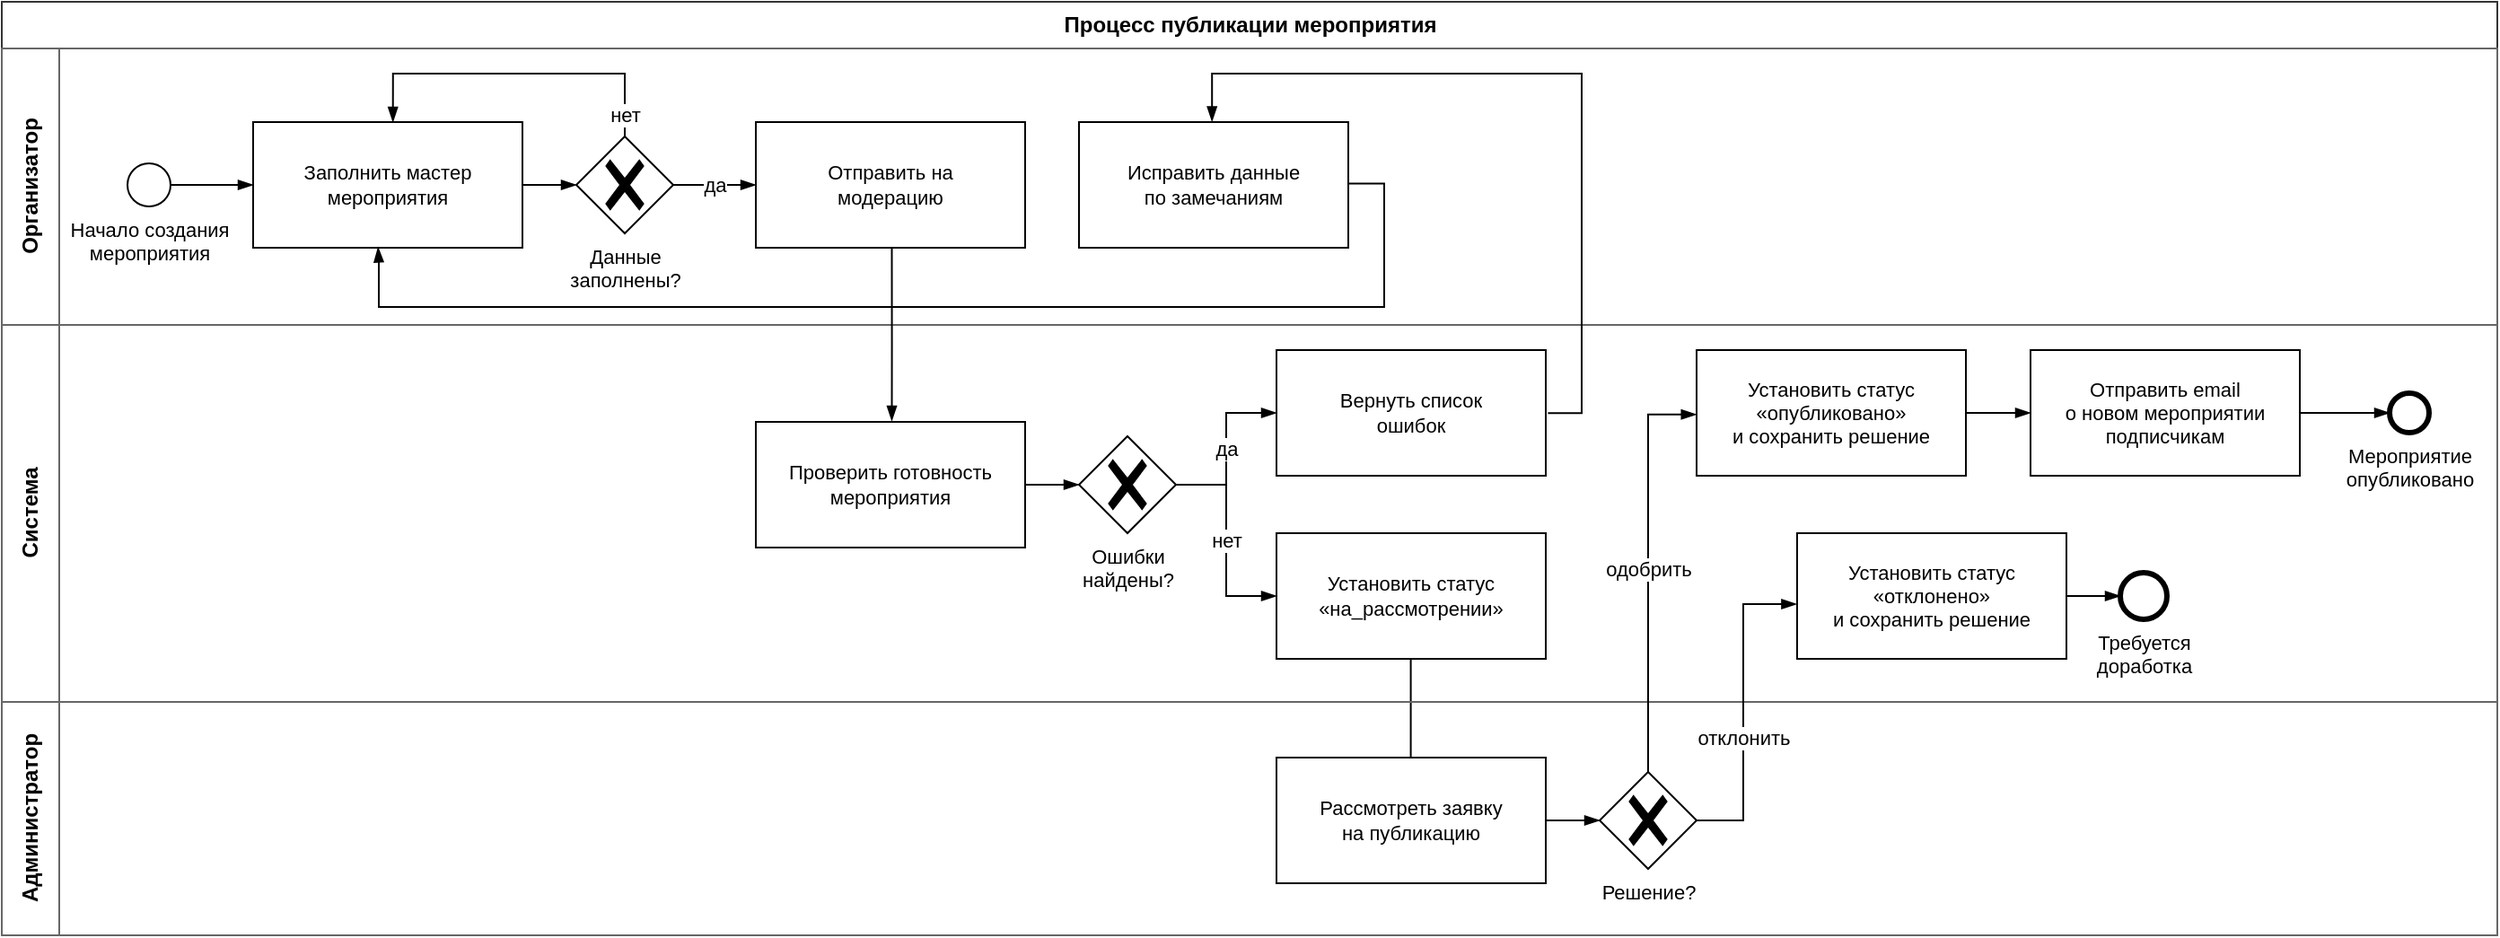
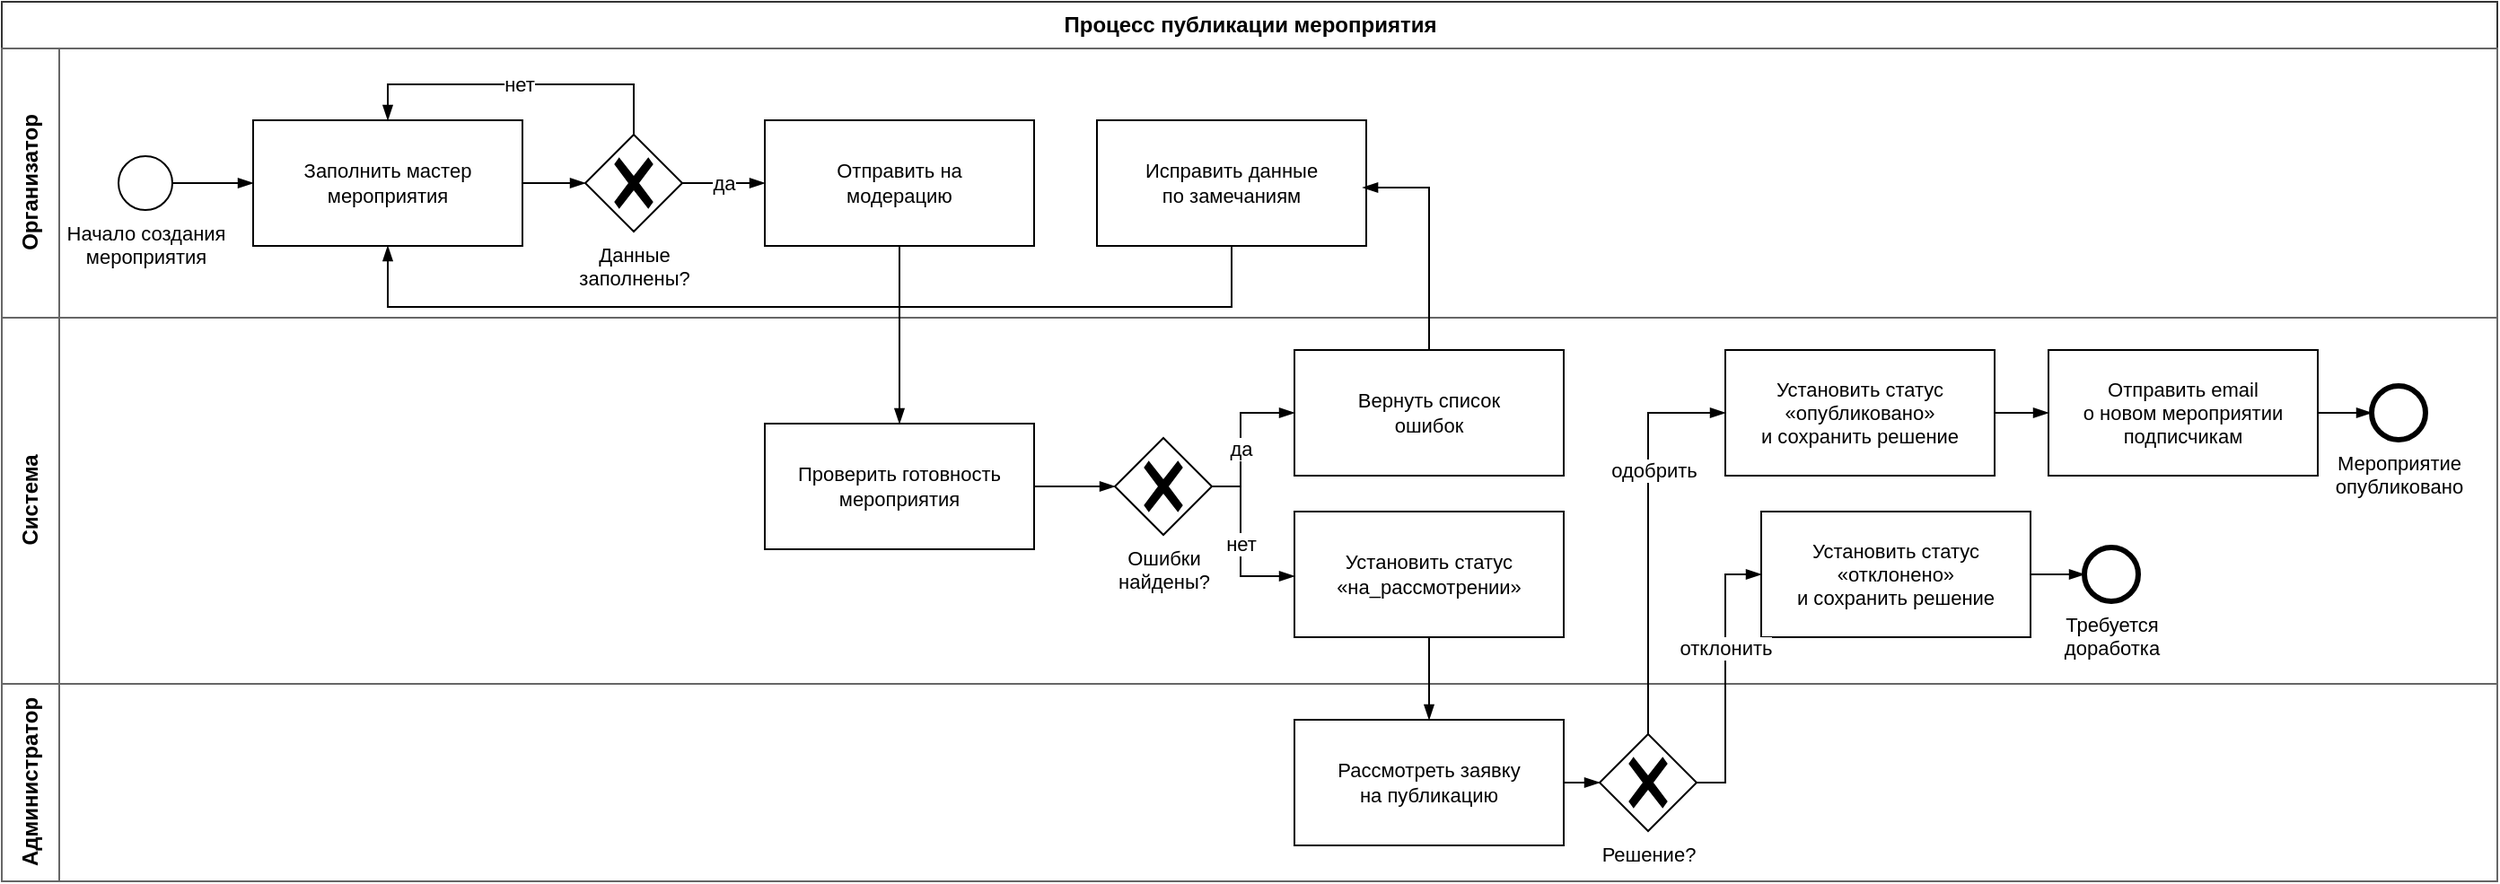
<mxfile host="Electron">
  <diagram name="BPMN-диаграмма процесса публикации мероприятия" id="iTAI1ysLRoQ3--EiAaCj">
-     <mxGraphModel dx="1753" dy="1373" grid="1" gridSize="10" guides="1" tooltips="1" connect="1" arrows="1" fold="1" page="1" pageScale="1" pageWidth="1700" pageHeight="780" math="0" shadow="0">
+     <mxGraphModel dx="1607" dy="1258" grid="1" gridSize="10" guides="1" tooltips="1" connect="1" arrows="1" fold="1" page="1" pageScale="1" pageWidth="1440" pageHeight="620" math="0" shadow="0">
      <root>
        <mxCell id="0" />
        <mxCell id="1" parent="0" />
        <mxCell id="pool" parent="1" style="swimlane;html=1;horizontal=1;startSize=26;fillColor=none;strokeColor=#333333;fontStyle=1;fontSize=12;" value="Процесс публикации мероприятия" vertex="1">
-           <mxGeometry height="520" width="1390" x="20" y="40" as="geometry" />
+           <mxGeometry height="490" width="1390" x="20" y="40" as="geometry" />
        </mxCell>
        <mxCell id="lane_organizer" parent="pool" style="swimlane;html=1;horizontal=0;startSize=32;fillColor=none;strokeColor=#666666;fontSize=12;" value="Организатор" vertex="1">
-           <mxGeometry height="154" width="1390" y="26" as="geometry" />
+           <mxGeometry height="150" width="1390" y="26" as="geometry" />
        </mxCell>
        <mxCell id="start" parent="lane_organizer" style="shape=mxgraph.bpmn.event;html=1;verticalLabelPosition=bottom;verticalAlign=top;align=center;perimeter=ellipsePerimeter;outlineConnect=0;aspect=fixed;outline=standard;symbol=general;fontSize=11;" value="Начало создания&#xa;мероприятия" vertex="1">
-           <mxGeometry height="24" width="24" x="70" y="64" as="geometry" />
+           <mxGeometry height="30" width="30" x="65" y="60" as="geometry" />
        </mxCell>
        <mxCell id="fill_wizard" parent="lane_organizer" style="shape=mxgraph.bpmn.task2;whiteSpace=wrap;rectStyle=rounded;size=10;html=1;taskMarker=user;fontSize=11;" value="Заполнить мастер&#xa;мероприятия" vertex="1">
-           <mxGeometry height="70" width="150" x="140" y="41" as="geometry" />
+           <mxGeometry height="70" width="150" x="140" y="40" as="geometry" />
        </mxCell>
        <mxCell id="required_gateway" parent="lane_organizer" style="shape=mxgraph.bpmn.gateway2;html=1;verticalLabelPosition=bottom;verticalAlign=top;align=center;perimeter=rhombusPerimeter;outlineConnect=0;outline=none;symbol=none;gwType=exclusive;fontSize=11;" value="Данные&#xa;заполнены?" vertex="1">
-           <mxGeometry height="54" width="54" x="320" y="49" as="geometry" />
+           <mxGeometry height="54" width="54" x="325" y="48" as="geometry" />
        </mxCell>
        <mxCell id="submit" parent="lane_organizer" style="shape=mxgraph.bpmn.task2;whiteSpace=wrap;rectStyle=rounded;size=10;html=1;taskMarker=user;fontSize=11;" value="Отправить на&#xa;модерацию" vertex="1">
-           <mxGeometry height="70" width="150" x="420" y="41" as="geometry" />
+           <mxGeometry height="70" width="150" x="425" y="40" as="geometry" />
        </mxCell>
        <mxCell id="fix_data" parent="lane_organizer" style="shape=mxgraph.bpmn.task2;whiteSpace=wrap;rectStyle=rounded;size=10;html=1;taskMarker=user;fontSize=11;" value="Исправить данные&#xa;по замечаниям" vertex="1">
-           <mxGeometry height="70" width="150" x="600" y="41" as="geometry" />
-         </mxCell>
-         <mxCell id="e3" edge="1" parent="lane_organizer" source="required_gateway" style="edgeStyle=orthogonalEdgeStyle;rounded=0;html=1;endArrow=blockThin;endFill=1;strokeWidth=1;" target="submit" value="да">
-           <mxGeometry relative="1" as="geometry" />
+           <mxGeometry height="70" width="150" x="610" y="40" as="geometry" />
        </mxCell>
        <mxCell id="e1" edge="1" parent="lane_organizer" source="start" style="edgeStyle=orthogonalEdgeStyle;rounded=0;html=1;endArrow=blockThin;endFill=1;strokeWidth=1;" target="fill_wizard" value="">
          <mxGeometry relative="1" as="geometry" />
        </mxCell>
        <mxCell id="e2" edge="1" parent="lane_organizer" source="fill_wizard" style="edgeStyle=orthogonalEdgeStyle;rounded=0;html=1;endArrow=blockThin;endFill=1;strokeWidth=1;" target="required_gateway" value="">
          <mxGeometry relative="1" as="geometry" />
        </mxCell>
-         <mxCell id="e4" edge="1" parent="lane_organizer" source="required_gateway" style="edgeStyle=orthogonalEdgeStyle;rounded=0;html=1;endArrow=blockThin;endFill=1;strokeWidth=1;entryX=0.519;entryY=0;entryDx=0;entryDy=0;entryPerimeter=0;" target="fill_wizard" value="нет">
-           <mxGeometry relative="1" x="-0.8687" as="geometry">
-             <mxPoint as="offset" />
+         <mxCell id="e3" edge="1" parent="lane_organizer" source="required_gateway" style="edgeStyle=orthogonalEdgeStyle;rounded=0;html=1;endArrow=blockThin;endFill=1;strokeWidth=1;" target="submit" value="да">
+           <mxGeometry relative="1" as="geometry" />
+         </mxCell>
+         <mxCell id="e4" edge="1" parent="lane_organizer" source="required_gateway" style="edgeStyle=orthogonalEdgeStyle;rounded=0;html=1;endArrow=blockThin;endFill=1;strokeWidth=1;" target="fill_wizard" value="нет">
+           <mxGeometry relative="1" as="geometry">
            <Array as="points">
-               <mxPoint x="347" y="14" />
-               <mxPoint x="218" y="14" />
+               <mxPoint x="352" y="20" />
+               <mxPoint x="215" y="20" />
            </Array>
          </mxGeometry>
        </mxCell>
-         <mxCell id="e10" edge="1" parent="lane_organizer" source="fix_data" style="edgeStyle=orthogonalEdgeStyle;rounded=0;html=1;endArrow=blockThin;endFill=1;strokeWidth=1;entryX=0.464;entryY=0.996;entryDx=0;entryDy=0;entryPerimeter=0;exitX=0.999;exitY=0.489;exitDx=0;exitDy=0;exitPerimeter=0;" target="fill_wizard" value="">
+         <mxCell id="e10" edge="1" parent="lane_organizer" source="fix_data" style="edgeStyle=orthogonalEdgeStyle;rounded=0;html=1;endArrow=blockThin;endFill=1;strokeWidth=1;" target="fill_wizard" value="">
          <mxGeometry relative="1" as="geometry">
            <Array as="points">
-               <mxPoint x="770" y="75" />
-               <mxPoint x="770" y="144" />
-               <mxPoint x="210" y="144" />
-               <mxPoint x="210" y="119" />
-               <mxPoint x="210" y="119" />
+               <mxPoint x="685" y="144" />
+               <mxPoint x="215" y="144" />
            </Array>
          </mxGeometry>
        </mxCell>
        <mxCell id="lane_system" parent="pool" style="swimlane;html=1;horizontal=0;startSize=32;fillColor=none;strokeColor=#666666;fontSize=12;" value="Система" vertex="1">
-           <mxGeometry height="210" width="1390" y="180" as="geometry" />
+           <mxGeometry height="204" width="1390" y="176" as="geometry" />
        </mxCell>
        <mxCell id="validate" parent="lane_system" style="shape=mxgraph.bpmn.task2;whiteSpace=wrap;rectStyle=rounded;size=10;html=1;taskMarker=service;fontSize=11;" value="Проверить готовность&#xa;мероприятия" vertex="1">
-           <mxGeometry height="70" width="150" x="420" y="54" as="geometry" />
+           <mxGeometry height="70" width="150" x="425" y="59" as="geometry" />
        </mxCell>
        <mxCell id="validation_gateway" parent="lane_system" style="shape=mxgraph.bpmn.gateway2;html=1;verticalLabelPosition=bottom;verticalAlign=top;align=center;perimeter=rhombusPerimeter;outlineConnect=0;outline=none;symbol=none;gwType=exclusive;fontSize=11;" value="Ошибки&#xa;найдены?" vertex="1">
-           <mxGeometry height="54" width="54" x="600" y="62" as="geometry" />
+           <mxGeometry height="54" width="54" x="620" y="67" as="geometry" />
        </mxCell>
        <mxCell id="show_errors" parent="lane_system" style="shape=mxgraph.bpmn.task2;whiteSpace=wrap;rectStyle=rounded;size=10;html=1;taskMarker=service;fontSize=11;" value="Вернуть список&#xa;ошибок" vertex="1">
-           <mxGeometry height="70" width="150" x="710" y="14" as="geometry" />
+           <mxGeometry height="70" width="150" x="720" y="18" as="geometry" />
        </mxCell>
        <mxCell id="pending" parent="lane_system" style="shape=mxgraph.bpmn.task2;whiteSpace=wrap;rectStyle=rounded;size=10;html=1;taskMarker=service;fontSize=11;" value="Установить статус&#xa;«на_рассмотрении»" vertex="1">
-           <mxGeometry height="70" width="150" x="710" y="116" as="geometry" />
+           <mxGeometry height="70" width="150" x="720" y="108" as="geometry" />
        </mxCell>
-         <mxCell id="e7" edge="1" parent="lane_system" source="validation_gateway" style="edgeStyle=orthogonalEdgeStyle;rounded=0;html=1;endArrow=blockThin;endFill=1;strokeWidth=1;" target="pending" value="нет">
-           <mxGeometry relative="1" as="geometry" />
+         <mxCell id="publish" parent="lane_system" style="shape=mxgraph.bpmn.task2;whiteSpace=wrap;rectStyle=rounded;size=10;html=1;taskMarker=service;fontSize=11;" value="Установить статус&#xa;«опубликовано»&#xa;и сохранить решение" vertex="1">
+           <mxGeometry height="70" width="150" x="960" y="18" as="geometry" />
+         </mxCell>
+         <mxCell id="reject" parent="lane_system" style="shape=mxgraph.bpmn.task2;whiteSpace=wrap;rectStyle=rounded;size=10;html=1;taskMarker=service;fontSize=11;" value="Установить статус&#xa;«отклонено»&#xa;и сохранить решение" vertex="1">
+           <mxGeometry height="70" width="150" x="980" y="108" as="geometry" />
+         </mxCell>
+         <mxCell id="notify" parent="lane_system" style="shape=mxgraph.bpmn.task2;whiteSpace=wrap;rectStyle=rounded;size=10;html=1;taskMarker=service;fontSize=11;" value="Отправить email&#xa;о новом мероприятии&#xa;подписчикам" vertex="1">
+           <mxGeometry height="70" width="150" x="1140" y="18" as="geometry" />
+         </mxCell>
+         <mxCell id="published_end" parent="lane_system" style="shape=mxgraph.bpmn.event;html=1;verticalLabelPosition=bottom;verticalAlign=top;align=center;perimeter=ellipsePerimeter;outlineConnect=0;aspect=fixed;outline=end;symbol=general;fontSize=11;" value="Мероприятие&#xa;опубликовано" vertex="1">
+           <mxGeometry height="30" width="30" x="1320" y="38" as="geometry" />
+         </mxCell>
+         <mxCell id="rejected_end" parent="lane_system" style="shape=mxgraph.bpmn.event;html=1;verticalLabelPosition=bottom;verticalAlign=top;align=center;perimeter=ellipsePerimeter;outlineConnect=0;aspect=fixed;outline=end;symbol=general;fontSize=11;" value="Требуется&#xa;доработка" vertex="1">
+           <mxGeometry height="30" width="30" x="1160" y="128" as="geometry" />
        </mxCell>
        <mxCell id="e6" edge="1" parent="lane_system" source="validate" style="edgeStyle=orthogonalEdgeStyle;rounded=0;html=1;endArrow=blockThin;endFill=1;strokeWidth=1;" target="validation_gateway" value="">
          <mxGeometry relative="1" as="geometry" />
        </mxCell>
-         <mxCell id="e8" edge="1" parent="lane_system" source="validation_gateway" style="edgeStyle=orthogonalEdgeStyle;rounded=0;html=1;endArrow=blockThin;endFill=1;strokeWidth=1;" target="show_errors" value="да">
-           <mxGeometry relative="1" as="geometry" />
-         </mxCell>
-         <mxCell id="e11" edge="1" parent="lane_system" style="edgeStyle=orthogonalEdgeStyle;rounded=0;html=1;endArrow=blockThin;endFill=1;strokeWidth=1;" value="">
+         <mxCell id="e7" edge="1" parent="lane_system" source="validation_gateway" style="edgeStyle=orthogonalEdgeStyle;rounded=0;html=1;endArrow=blockThin;endFill=1;strokeWidth=1;" target="pending" value="нет">
          <mxGeometry relative="1" as="geometry">
            <Array as="points">
-               <mxPoint x="784.7900000000001" y="191" />
-               <mxPoint x="784.7900000000001" y="382" />
+               <mxPoint x="690" y="94" />
+               <mxPoint x="690" y="144" />
            </Array>
-             <mxPoint x="784.7900000000001" y="186" as="sourcePoint" />
-             <mxPoint x="784.7900000000001" y="307" as="targetPoint" />
          </mxGeometry>
        </mxCell>
-         <mxCell id="notify" parent="lane_system" style="shape=mxgraph.bpmn.task2;whiteSpace=wrap;rectStyle=rounded;size=10;html=1;taskMarker=service;fontSize=11;" value="Отправить email&#xa;о новом мероприятии&#xa;подписчикам" vertex="1">
-           <mxGeometry height="70" width="150" x="1130" y="14" as="geometry" />
-         </mxCell>
-         <mxCell id="published_end" parent="lane_system" style="shape=mxgraph.bpmn.event;html=1;verticalLabelPosition=bottom;verticalAlign=top;align=center;perimeter=ellipsePerimeter;outlineConnect=0;aspect=fixed;outline=end;symbol=general;fontSize=11;" value="Мероприятие&#xa;опубликовано" vertex="1">
-           <mxGeometry height="22" width="22" x="1330" y="38" as="geometry" />
-         </mxCell>
-         <mxCell id="e16" edge="1" parent="lane_system" source="notify" style="edgeStyle=orthogonalEdgeStyle;rounded=0;html=1;endArrow=blockThin;endFill=1;strokeWidth=1;" target="published_end" value="">
-           <mxGeometry relative="1" as="geometry" />
-         </mxCell>
-         <mxCell id="reject" parent="lane_system" style="shape=mxgraph.bpmn.task2;whiteSpace=wrap;rectStyle=rounded;size=10;html=1;taskMarker=service;fontSize=11;" value="Установить статус&#xa;«отклонено»&#xa;и сохранить решение" vertex="1">
-           <mxGeometry height="70" width="150" x="1000" y="116" as="geometry" />
-         </mxCell>
-         <mxCell id="publish" parent="lane_system" style="shape=mxgraph.bpmn.task2;whiteSpace=wrap;rectStyle=rounded;size=10;html=1;taskMarker=service;fontSize=11;" value="Установить статус&#xa;«опубликовано»&#xa;и сохранить решение" vertex="1">
-           <mxGeometry height="70" width="150" x="944" y="14" as="geometry" />
+         <mxCell id="e8" edge="1" parent="lane_system" source="validation_gateway" style="edgeStyle=orthogonalEdgeStyle;rounded=0;html=1;endArrow=blockThin;endFill=1;strokeWidth=1;" target="show_errors" value="да">
+           <mxGeometry relative="1" x="-0.1385" as="geometry">
+             <mxPoint as="offset" />
+             <Array as="points">
+               <mxPoint x="690" y="94" />
+               <mxPoint x="690" y="53" />
+             </Array>
+           </mxGeometry>
        </mxCell>
        <mxCell id="e15" edge="1" parent="lane_system" source="publish" style="edgeStyle=orthogonalEdgeStyle;rounded=0;html=1;endArrow=blockThin;endFill=1;strokeWidth=1;" target="notify" value="">
          <mxGeometry relative="1" as="geometry" />
        </mxCell>
-         <mxCell id="rejected_end" parent="lane_system" style="shape=mxgraph.bpmn.event;html=1;verticalLabelPosition=bottom;verticalAlign=top;align=center;perimeter=ellipsePerimeter;outlineConnect=0;aspect=fixed;outline=end;symbol=general;fontSize=11;" value="Требуется&#xa;доработка" vertex="1">
-           <mxGeometry height="26" width="26" x="1180" y="138" as="geometry" />
+         <mxCell id="e16" edge="1" parent="lane_system" source="notify" style="edgeStyle=orthogonalEdgeStyle;rounded=0;html=1;endArrow=blockThin;endFill=1;strokeWidth=1;" target="published_end" value="">
+           <mxGeometry relative="1" as="geometry" />
        </mxCell>
        <mxCell id="e17" edge="1" parent="lane_system" source="reject" style="edgeStyle=orthogonalEdgeStyle;rounded=0;html=1;endArrow=blockThin;endFill=1;strokeWidth=1;" target="rejected_end" value="">
          <mxGeometry relative="1" as="geometry" />
        </mxCell>
        <mxCell id="lane_admin" parent="pool" style="swimlane;html=1;horizontal=0;startSize=32;fillColor=none;strokeColor=#666666;fontSize=12;" value="Администратор" vertex="1">
-           <mxGeometry height="130" width="1390" y="390" as="geometry" />
+           <mxGeometry height="110" width="1390" y="380" as="geometry" />
        </mxCell>
        <mxCell id="admin_review" parent="lane_admin" style="shape=mxgraph.bpmn.task2;whiteSpace=wrap;rectStyle=rounded;size=10;html=1;taskMarker=user;fontSize=11;" value="Рассмотреть заявку&#xa;на публикацию" vertex="1">
-           <mxGeometry height="70" width="150" x="710" y="31" as="geometry" />
+           <mxGeometry height="70" width="150" x="720" y="20" as="geometry" />
        </mxCell>
        <mxCell id="decision" parent="lane_admin" style="shape=mxgraph.bpmn.gateway2;html=1;verticalLabelPosition=bottom;verticalAlign=top;align=center;perimeter=rhombusPerimeter;outlineConnect=0;outline=none;symbol=none;gwType=exclusive;fontSize=11;" value="Решение?" vertex="1">
-           <mxGeometry height="54" width="54" x="890" y="39" as="geometry" />
+           <mxGeometry height="54" width="54" x="890" y="28" as="geometry" />
        </mxCell>
        <mxCell id="e12" edge="1" parent="lane_admin" source="admin_review" style="edgeStyle=orthogonalEdgeStyle;rounded=0;html=1;endArrow=blockThin;endFill=1;strokeWidth=1;" target="decision" value="">
          <mxGeometry relative="1" as="geometry" />
        </mxCell>
-         <mxCell id="e5" edge="1" parent="pool" source="submit" style="edgeStyle=orthogonalEdgeStyle;rounded=0;html=1;endArrow=blockThin;endFill=1;strokeWidth=1;exitX=0.505;exitY=0.999;exitDx=0;exitDy=0;exitPerimeter=0;entryX=0.505;entryY=-0.008;entryDx=0;entryDy=0;entryPerimeter=0;" target="validate" value="">
+         <mxCell id="e5" edge="1" parent="pool" source="submit" style="edgeStyle=orthogonalEdgeStyle;rounded=0;html=1;endArrow=blockThin;endFill=1;strokeWidth=1;" target="validate" value="">
          <mxGeometry relative="1" as="geometry">
            <Array as="points">
-               <mxPoint x="496" y="190" />
-               <mxPoint x="496" y="190" />
-             </Array>
-             <mxPoint x="530" y="210" as="targetPoint" />
-           </mxGeometry>
-         </mxCell>
-         <mxCell id="e9" edge="1" parent="pool" source="show_errors" style="edgeStyle=orthogonalEdgeStyle;rounded=0;html=1;endArrow=blockThin;endFill=1;strokeWidth=1;entryX=0.494;entryY=-0.004;entryDx=0;entryDy=0;entryPerimeter=0;exitX=1.008;exitY=0.502;exitDx=0;exitDy=0;exitPerimeter=0;" target="fix_data" value="">
-           <mxGeometry relative="1" as="geometry">
-             <Array as="points">
-               <mxPoint x="880" y="229" />
-               <mxPoint x="880" y="40" />
-               <mxPoint x="674" y="40" />
+               <mxPoint x="500" y="160" />
+               <mxPoint x="500" y="205" />
            </Array>
          </mxGeometry>
        </mxCell>
-         <mxCell id="e14" edge="1" parent="pool" source="decision" style="edgeStyle=orthogonalEdgeStyle;rounded=0;html=1;endArrow=blockThin;endFill=1;strokeWidth=1;entryX=-0.002;entryY=0.564;entryDx=0;entryDy=0;entryPerimeter=0;" target="reject" value="отклонить">
-           <mxGeometry relative="1" x="-0.1827" as="geometry">
-             <mxPoint as="offset" />
+         <mxCell id="e9" edge="1" parent="pool" source="show_errors" style="edgeStyle=orthogonalEdgeStyle;rounded=0;html=1;endArrow=blockThin;endFill=1;strokeWidth=1;entryX=0.987;entryY=0.536;entryDx=0;entryDy=0;entryPerimeter=0;" target="fix_data" value="">
+           <mxGeometry relative="1" as="geometry">
            <Array as="points">
-               <mxPoint x="970" y="456" />
-               <mxPoint x="970" y="336" />
+               <mxPoint x="795" y="104" />
            </Array>
          </mxGeometry>
        </mxCell>
-         <mxCell id="e13" edge="1" parent="pool" source="decision" style="edgeStyle=orthogonalEdgeStyle;rounded=0;html=1;endArrow=blockThin;endFill=1;strokeWidth=1;entryX=-0.001;entryY=0.513;entryDx=0;entryDy=0;entryPerimeter=0;" target="publish" value="одобрить">
-           <mxGeometry relative="1" x="0.0011" as="geometry">
+         <mxCell id="e11" edge="1" parent="pool" source="pending" style="edgeStyle=orthogonalEdgeStyle;rounded=0;html=1;endArrow=blockThin;endFill=1;strokeWidth=1;" target="admin_review" value="">
+           <mxGeometry relative="1" as="geometry">
+             <Array as="points">
+               <mxPoint x="795" y="405" />
+               <mxPoint x="795" y="452" />
+             </Array>
+           </mxGeometry>
+         </mxCell>
+         <mxCell id="e13" edge="1" parent="pool" source="decision" style="edgeStyle=orthogonalEdgeStyle;rounded=0;html=1;endArrow=blockThin;endFill=1;strokeWidth=1;" target="publish" value="одобрить">
+           <mxGeometry relative="1" x="0.3229" y="-3" as="geometry">
            <mxPoint as="offset" />
            <Array as="points">
-               <mxPoint x="917" y="230" />
+               <mxPoint x="917" y="229" />
            </Array>
-             <mxPoint x="920.0000000000002" y="494.9999999999999" as="sourcePoint" />
-             <mxPoint x="950" y="250" as="targetPoint" />
+           </mxGeometry>
+         </mxCell>
+         <mxCell id="e14" edge="1" parent="pool" source="decision" style="edgeStyle=orthogonalEdgeStyle;rounded=0;html=1;endArrow=blockThin;endFill=1;strokeWidth=1;" target="reject" value="отклонить">
+           <mxGeometry relative="1" x="0.1974" as="geometry">
+             <mxPoint as="offset" />
+             <Array as="points">
+               <mxPoint x="960" y="435" />
+               <mxPoint x="960" y="319" />
+             </Array>
          </mxGeometry>
        </mxCell>
      </root>
    </mxGraphModel>
  </diagram>
</mxfile>
